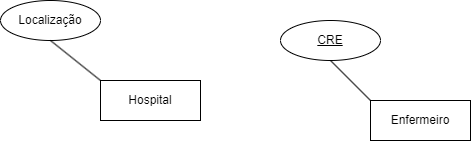
The draw.io diagram Exerc1.drawio.png in VitorFonseca123/ExerciciosACH2004_BD, before a commit. Source tidied: cells renumbered, new cells last; positions are measured from the earlier drawing's top-left corner, leaving out a move shared by most shapes.
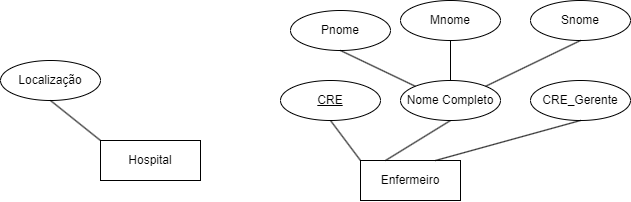
After the commit.

Commit message:
atualiza atributos gerente

The edit, as a diff of the source:
```diff
@@ -12,7 +12,7 @@
       <mxGeometry relative="1" as="geometry" />
     </mxCell>
     <mxCell id="5" value="Enfermeiro" style="whiteSpace=wrap;html=1;align=center;" parent="1" vertex="1">
-      <mxGeometry x="370" y="100" width="100" height="40" as="geometry" />
+      <mxGeometry x="360" y="100" width="100" height="40" as="geometry" />
     </mxCell>
     <mxCell id="6" value="CRE" style="ellipse;whiteSpace=wrap;html=1;align=center;fontStyle=4;" parent="1" vertex="1">
       <mxGeometry x="280" y="20" width="100" height="40" as="geometry" />
@@ -20,5 +20,37 @@
     <mxCell id="7" style="endArrow=none;html=1;rounded=0;entryX=0;entryY=0;entryDx=0;entryDy=0;exitX=0.5;exitY=1;exitDx=0;exitDy=0;" parent="1" edge="1" source="6" target="5">
       <mxGeometry relative="1" as="geometry" />
     </mxCell>
+    <mxCell id="8" style="endArrow=none;html=1;rounded=0;exitX=0.5;exitY=1;exitDx=0;exitDy=0;entryX=0.25;entryY=0;entryDx=0;entryDy=0;" parent="1" edge="1" target="5">
+      <mxGeometry relative="1" as="geometry">
+        <mxPoint x="450" y="60" as="sourcePoint" />
+      </mxGeometry>
+    </mxCell>
+    <mxCell id="9" value="Nome Completo" style="ellipse;whiteSpace=wrap;html=1;align=center;fontStyle=0;" parent="1" vertex="1">
+      <mxGeometry x="400" y="20" width="100" height="40" as="geometry" />
+    </mxCell>
+    <mxCell id="10" value="Pnome" style="ellipse;whiteSpace=wrap;html=1;align=center;fontStyle=0;" parent="1" vertex="1">
+      <mxGeometry x="290" y="-50" width="100" height="40" as="geometry" />
+    </mxCell>
+    <mxCell id="11" style="endArrow=none;html=1;rounded=0;exitX=0.5;exitY=1;exitDx=0;exitDy=0;entryX=0;entryY=0;entryDx=0;entryDy=0;" parent="1" edge="1" source="10" target="9">
+      <mxGeometry relative="1" as="geometry" />
+    </mxCell>
+    <mxCell id="12" value="Mnome" style="ellipse;whiteSpace=wrap;html=1;align=center;fontStyle=0;" parent="1" vertex="1">
+      <mxGeometry x="400" y="-60" width="100" height="40" as="geometry" />
+    </mxCell>
+    <mxCell id="13" style="endArrow=none;html=1;rounded=0;exitX=0.5;exitY=1;exitDx=0;exitDy=0;entryX=0.5;entryY=0;entryDx=0;entryDy=0;" parent="1" edge="1" source="12" target="9">
+      <mxGeometry relative="1" as="geometry" />
+    </mxCell>
+    <mxCell id="14" value="Snome" style="ellipse;whiteSpace=wrap;html=1;align=center;fontStyle=0;" parent="1" vertex="1">
+      <mxGeometry x="530" y="-60" width="100" height="40" as="geometry" />
+    </mxCell>
+    <mxCell id="15" style="endArrow=none;html=1;rounded=0;exitX=0.5;exitY=1;exitDx=0;exitDy=0;entryX=1;entryY=0;entryDx=0;entryDy=0;" parent="1" edge="1" source="14" target="9">
+      <mxGeometry relative="1" as="geometry" />
+    </mxCell>
+    <mxCell id="16" value="CRE_Gerente" style="ellipse;whiteSpace=wrap;html=1;align=center;" parent="1" vertex="1">
+      <mxGeometry x="530" y="20" width="100" height="40" as="geometry" />
+    </mxCell>
+    <mxCell id="17" style="endArrow=none;html=1;rounded=0;exitX=0.5;exitY=1;exitDx=0;exitDy=0;entryX=0.75;entryY=0;entryDx=0;entryDy=0;" parent="1" edge="1" source="16" target="5">
+      <mxGeometry relative="1" as="geometry" />
+    </mxCell>
   </root>
 </mxGraphModel>
```
